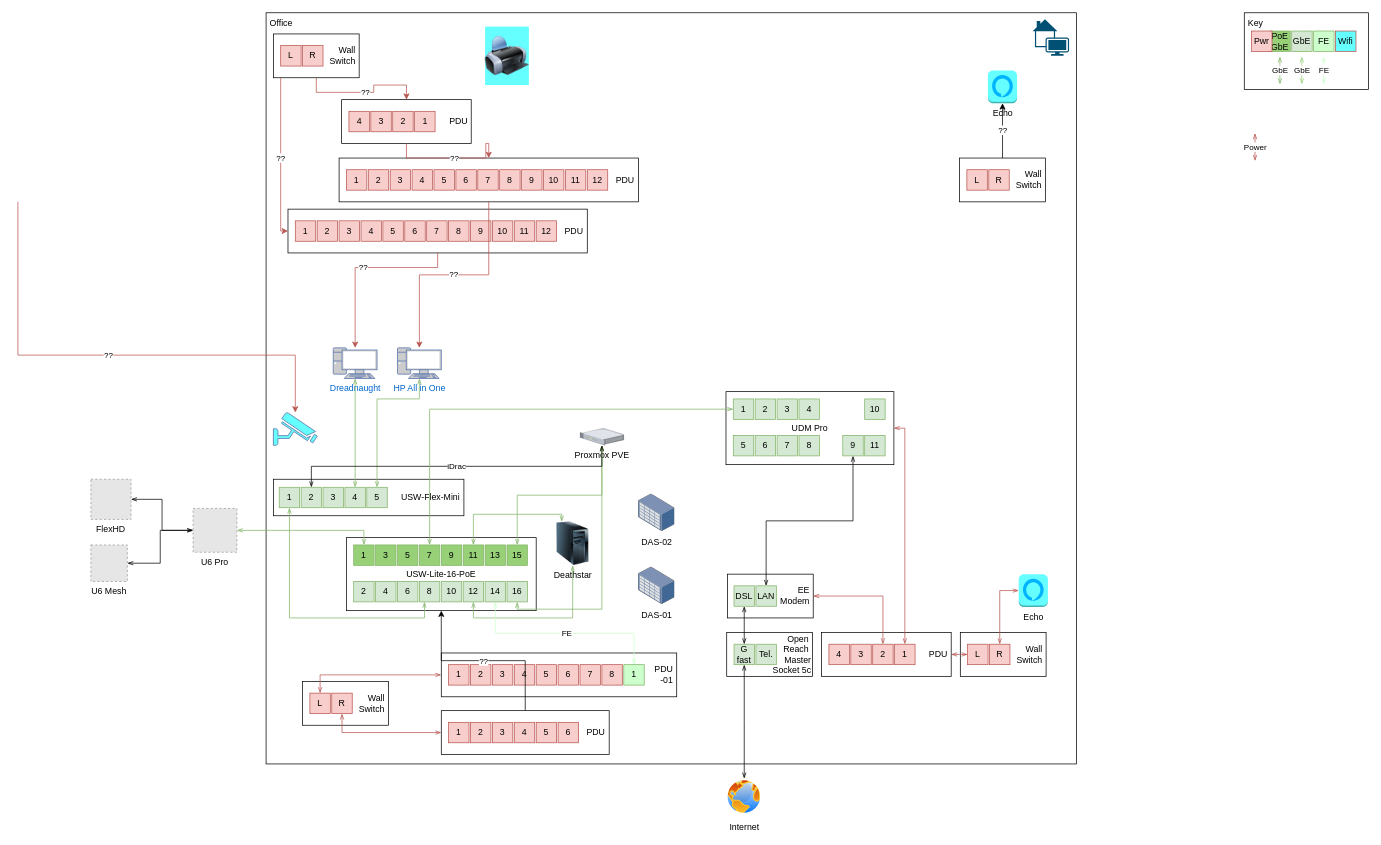
Before: Untitled Diagram.drawio in techie2000/homelab, a draw.io diagram. Source tidied: cells renumbered, new cells numbered last; positions are measured from the earlier drawing's top-left corner, leaving out a move shared by most shapes. Both pictures are drawn from the tidied source at 73%, with x=0, y=0 at pixel (18, 12). Pictures stored in the file or linked from it are replaced by grey dashed boxes.
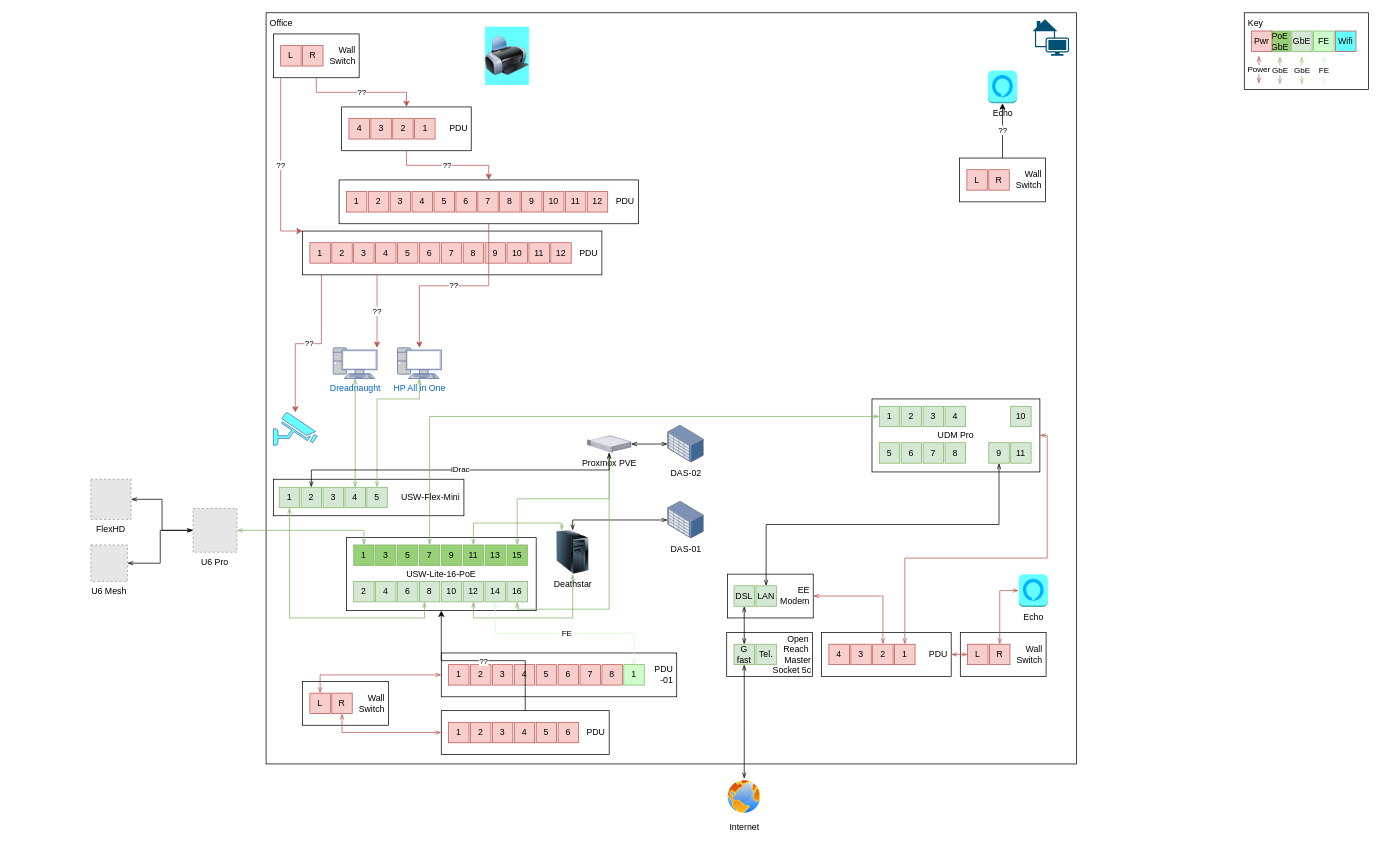
The same diagram, later.

Unchanged cells that the change refers to:
```xml
<mxCell id="60" value="PDU&amp;nbsp;" style="rounded=0;whiteSpace=wrap;html=1;horizontal=1;verticalAlign=middle;align=right;" parent="59" vertex="1">
  <mxGeometry width="410" height="60" as="geometry" />
</mxCell>
<mxCell id="74" value="PDU&amp;nbsp;" style="rounded=0;whiteSpace=wrap;html=1;horizontal=1;verticalAlign=middle;align=right;" parent="73" vertex="1">
  <mxGeometry width="410" height="60" as="geometry" />
</mxCell>
<mxCell id="93" value="PDU&amp;nbsp;" style="rounded=0;whiteSpace=wrap;html=1;horizontal=1;verticalAlign=middle;align=right;" parent="92" vertex="1">
  <mxGeometry width="177.5" height="60" as="geometry" />
</mxCell>
```

What changed in the source:
```diff
@@
     <mxCell id="9" value="Power" style="endArrow=openThin;html=1;rounded=0;edgeStyle=elbowEdgeStyle;elbow=vertical;strokeColor=#b85450;startArrow=openThin;startFill=0;endFill=0;fillColor=#f8cecc;" parent="1" edge="1">
       <mxGeometry x="0.02" relative="1" as="geometry">
-        <mxPoint x="1694.7" y="203" as="sourcePoint" />
-        <mxPoint x="1694.7" y="165" as="targetPoint" />
+        <mxPoint x="1700" y="97" as="sourcePoint" />
+        <mxPoint x="1700" y="59" as="targetPoint" />
       </mxGeometry>
     </mxCell>
@@
+    <mxCell id="24" style="fontColor=#0066CC;verticalAlign=top;verticalLabelPosition=bottom;labelPosition=center;align=center;html=1;outlineConnect=0;fillColor=#66FFFF;strokeColor=#6881B3;gradientColor=none;gradientDirection=north;strokeWidth=2;shape=mxgraph.networks.security_camera;" parent="1" vertex="1">
+      <mxGeometry x="350" y="547.5" width="60" height="45" as="geometry" />
+    </mxCell>
@@
     <mxCell id="19" value="Proxmox PVE" style="verticalLabelPosition=bottom;sketch=0;html=1;verticalAlign=top;strokeColor=none;align=center;outlineConnect=0;shape=mxgraph.citrix.1u_2u_server;" parent="16" vertex="1">
-      <mxGeometry x="770" y="569" width="60" height="23.5" as="geometry" />
+      <mxGeometry x="780" y="579" width="60" height="23.5" as="geometry" />
     </mxCell>
     <mxCell id="20" value="Deathstar" style="image;html=1;image=img/lib/clip_art/computers/Server_Tower_128x128.png;" parent="16" vertex="1">
-      <mxGeometry x="730" y="697" width="60" height="60" as="geometry" />
+      <mxGeometry x="730" y="709" width="60" height="60" as="geometry" />
     </mxCell>
     <mxCell id="21" value="DAS-01" style="image;points=[];html=1;align=center;shadow=0;dashed=0;image=img/lib/allied_telesis/storage/Datacenter_Server_Storage_Unit_Large.svg;" parent="16" vertex="1">
-      <mxGeometry x="850" y="759" width="50" height="51.6" as="geometry" />
+      <mxGeometry x="890" y="669" width="50" height="51.6" as="geometry" />
     </mxCell>
     <mxCell id="22" value="DAS-02" style="image;points=[];html=1;align=center;shadow=0;dashed=0;image=img/lib/allied_telesis/storage/Datacenter_Server_Storage_Unit_Large.svg;" parent="16" vertex="1">
-      <mxGeometry x="850" y="659" width="50" height="51.6" as="geometry" />
+      <mxGeometry x="890" y="564.9" width="50" height="51.6" as="geometry" />
     </mxCell>
@@
-    <mxCell id="24" style="fontColor=#0066CC;verticalAlign=top;verticalLabelPosition=bottom;labelPosition=center;align=center;html=1;outlineConnect=0;fillColor=#66FFFF;strokeColor=#6881B3;gradientColor=none;gradientDirection=north;strokeWidth=2;shape=mxgraph.networks.security_camera;" parent="16" vertex="1">
-      <mxGeometry x="350" y="547.5" width="60" height="45" as="geometry" />
-    </mxCell>
-    <mxCell id="25" value="??" style="edgeStyle=orthogonalEdgeStyle;rounded=0;jettySize=auto;html=1;fillColor=#f8cecc;strokeColor=#b85450;" parent="16" edge="1" target="24">
-      <mxGeometry relative="1" as="geometry">
-        <mxPoint y="259" as="sourcePoint" />
-        <Array as="points">
-          <mxPoint y="469" />
-          <mxPoint x="380" y="469" />
-        </Array>
-      </mxGeometry>
+    <mxCell id="25" value="??" style="rounded=0;jettySize=auto;html=1;fillColor=#f8cecc;strokeColor=#b85450;exitX=0.063;exitY=0.967;exitDx=0;exitDy=0;exitPerimeter=0;edgeStyle=orthogonalEdgeStyle;" parent="16" edge="1" source="74" target="24">
+      <mxGeometry relative="1" as="geometry" />
     </mxCell>
+    <mxCell id="186" style="endArrow=openThin;html=1;rounded=0;strokeColor=#000000;startArrow=openThin;startFill=0;endFill=0;fillColor=#f8cecc;edgeStyle=orthogonalEdgeStyle;" parent="16" edge="1" source="19" target="22">
+      <mxGeometry relative="1" as="geometry" />
+    </mxCell>
+    <mxCell id="187" style="endArrow=openThin;html=1;rounded=0;strokeColor=#000000;startArrow=openThin;startFill=0;endFill=0;fillColor=#f8cecc;edgeStyle=orthogonalEdgeStyle;exitX=0.5;exitY=0;exitDx=0;exitDy=0;" parent="16" edge="1" source="20" target="21">
+      <mxGeometry relative="1" as="geometry" />
+    </mxCell>
@@
     <mxCell id="59" style="group;" parent="26" vertex="1">
-      <mxGeometry x="440" y="199" width="410" height="60" as="geometry" />
+      <mxGeometry x="440" y="229" width="410" height="60" as="geometry" />
     </mxCell>
@@
     <mxCell id="73" style="group;" parent="26" vertex="1">
-      <mxGeometry x="370" y="269" width="410" height="60" as="geometry" />
+      <mxGeometry x="390" y="299" width="410" height="60" as="geometry" />
     </mxCell>
@@
     <mxCell id="92" style="group;" parent="26" vertex="1">
-      <mxGeometry x="443.5" y="119" width="177.5" height="60" as="geometry" />
+      <mxGeometry x="443.5" y="129" width="177.5" height="60" as="geometry" />
     </mxCell>
@@
-    <mxCell id="108" value="??" style="edgeStyle=orthogonalEdgeStyle;rounded=0;jettySize=auto;html=1;fillColor=#f8cecc;strokeColor=#b85450;" parent="26" edge="1" source="93" target="60">
+    <mxCell id="108" value="??" style="rounded=0;jettySize=auto;html=1;fillColor=#f8cecc;strokeColor=#b85450;edgeStyle=orthogonalEdgeStyle;" parent="26" edge="1" source="93" target="60">
       <mxGeometry relative="1" as="geometry" />
     </mxCell>
@@
     <mxCell id="144" style="group;" parent="115" vertex="1">
-      <mxGeometry x="970" y="519" width="230" height="100" as="geometry" />
+      <mxGeometry x="1170" y="529" width="230" height="100" as="geometry" />
     </mxCell>
```
